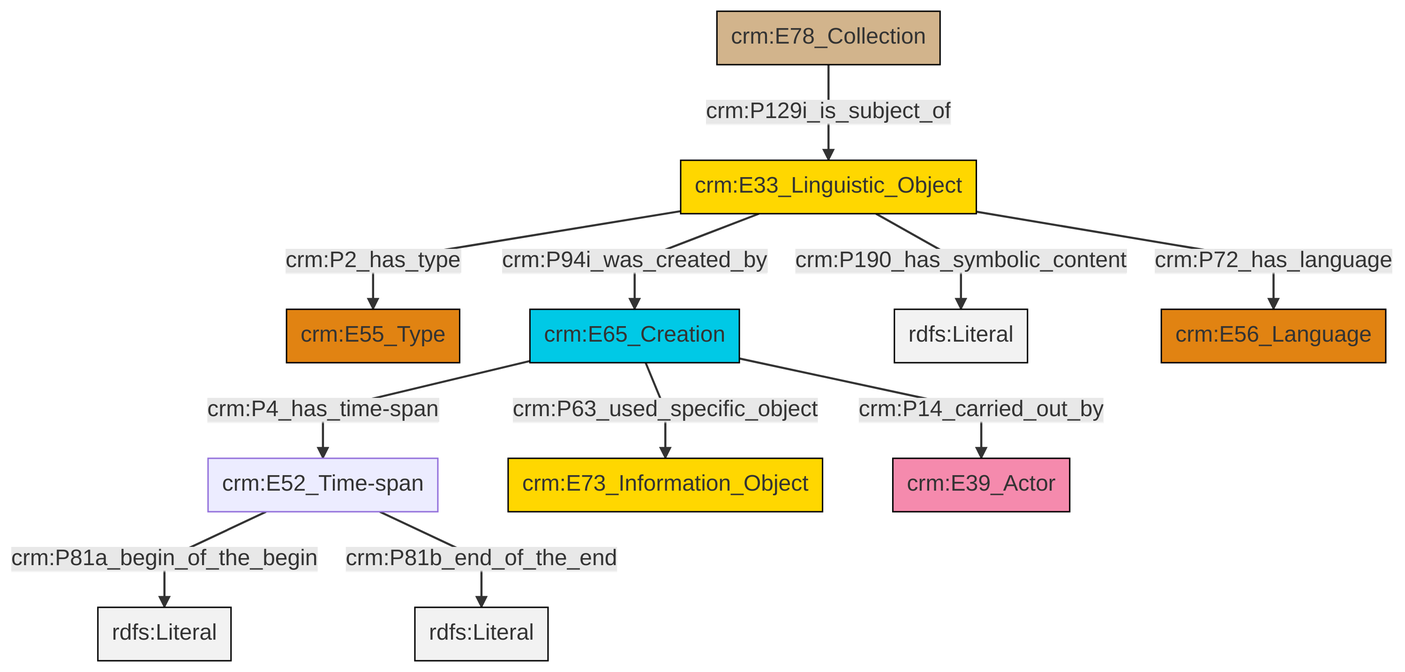
Earlier version of the Mermaid export et/archivalCSV/ttl/mmd/png/archival_desc.png (swiss-art-research-net/docs.swissartresearch). Its source is kept beside it as et/archivalCSV/ttl/mmd/archival_desc.ttl.mmd.
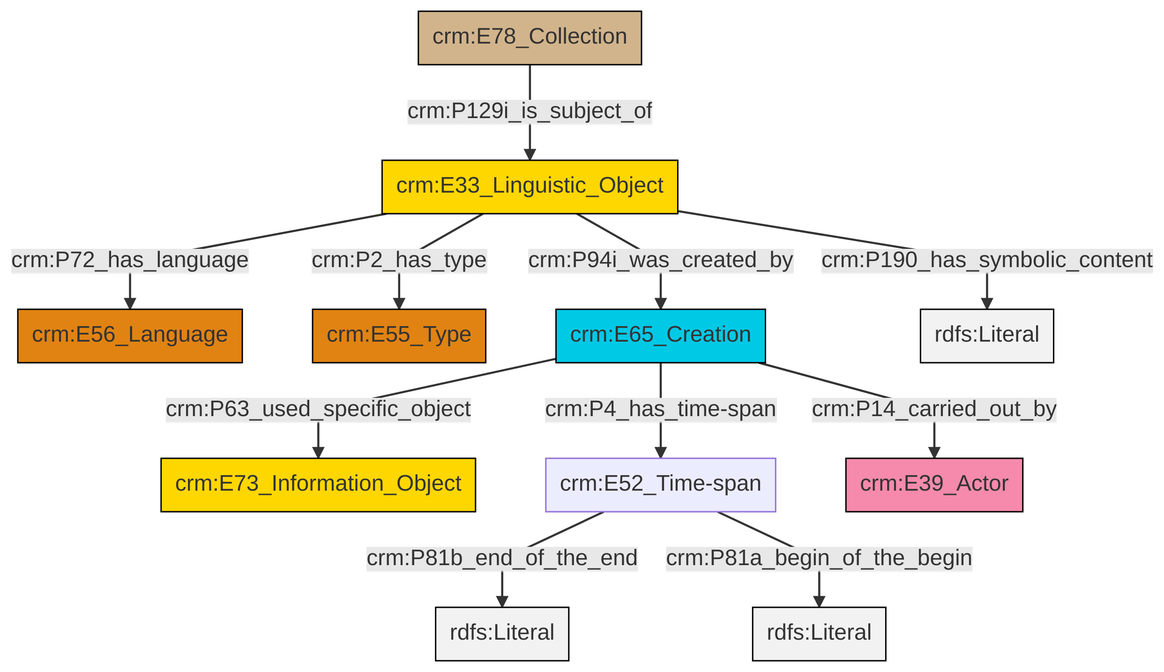
The same diagram one commit later.

Change to the diagram source:
```diff
@@ -13,13 +13,13 @@
 classDef PC_Classes fill:#4ce600, stroke:#000000;
 classDef Multi fill:#cccccc,stroke:#000000;
 
-0["crm:E52_Time-span"]:::Default -->|crm:P81a_begin_of_the_begin| 1[rdfs:Literal]:::Literal
-8["crm:E33_Linguistic_Object"]:::Conceptual_Object -->|crm:P190_has_symbolic_content| 9[rdfs:Literal]:::Literal
-0["crm:E52_Time-span"]:::Default -->|crm:P81b_end_of_the_end| 10[rdfs:Literal]:::Literal
-6["crm:E65_Creation"]:::Temporal_Entity -->|crm:P4_has_time-span| 0["crm:E52_Time-span"]:::Default
-8["crm:E33_Linguistic_Object"]:::Conceptual_Object -->|crm:P94i_was_created_by| 6["crm:E65_Creation"]:::Temporal_Entity
-6["crm:E65_Creation"]:::Temporal_Entity -->|crm:P63_used_specific_object| 2["crm:E73_Information_Object"]:::Conceptual_Object
-8["crm:E33_Linguistic_Object"]:::Conceptual_Object -->|crm:P2_has_type| 4["crm:E55_Type"]:::Type
-8["crm:E33_Linguistic_Object"]:::Conceptual_Object -->|crm:P72_has_language| 13["crm:E56_Language"]:::Type
-17["crm:E78_Collection"]:::Physical_Thing -->|crm:P129i_is_subject_of| 8["crm:E33_Linguistic_Object"]:::Conceptual_Object
-6["crm:E65_Creation"]:::Temporal_Entity -->|crm:P14_carried_out_by| 11["crm:E39_Actor"]:::Actor
+0["crm:E33_Linguistic_Object"]:::Conceptual_Object -->|crm:P72_has_language| 1["crm:E56_Language"]:::Type
+4["crm:E52_Time-span"]:::Default -->|crm:P81b_end_of_the_end| 5[rdfs:Literal]:::Literal
+4["crm:E52_Time-span"]:::Default -->|crm:P81a_begin_of_the_begin| 11[rdfs:Literal]:::Literal
+14["crm:E78_Collection"]:::Physical_Thing -->|crm:P129i_is_subject_of| 0["crm:E33_Linguistic_Object"]:::Conceptual_Object
+9["crm:E65_Creation"]:::Temporal_Entity -->|crm:P63_used_specific_object| 2["crm:E73_Information_Object"]:::Conceptual_Object
+9["crm:E65_Creation"]:::Temporal_Entity -->|crm:P14_carried_out_by| 12["crm:E39_Actor"]:::Actor
+0["crm:E33_Linguistic_Object"]:::Conceptual_Object -->|crm:P190_has_symbolic_content| 18[rdfs:Literal]:::Literal
+0["crm:E33_Linguistic_Object"]:::Conceptual_Object -->|crm:P94i_was_created_by| 9["crm:E65_Creation"]:::Temporal_Entity
+9["crm:E65_Creation"]:::Temporal_Entity -->|crm:P4_has_time-span| 4["crm:E52_Time-span"]:::Default
+0["crm:E33_Linguistic_Object"]:::Conceptual_Object -->|crm:P2_has_type| 7["crm:E55_Type"]:::Type
```
